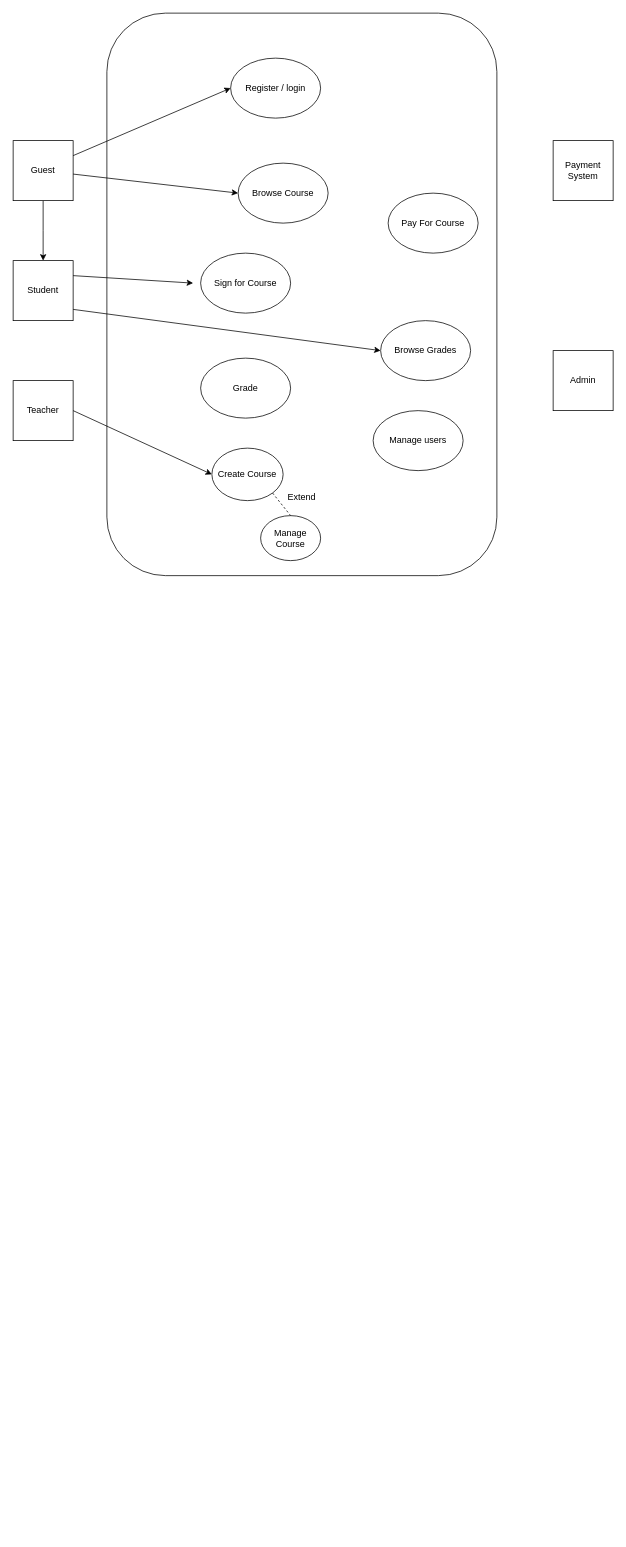
Above: Untitled Diagram.drawio in Manish85-cell/xam (draw.io), before the change. Source tidied: cells renumbered, new cells numbered last; positions are measured from the earlier drawing's top-left corner, leaving out a move shared by most shapes. Both pictures are drawn from the tidied source at 75%, with x=0, y=0 at pixel (13, 13).
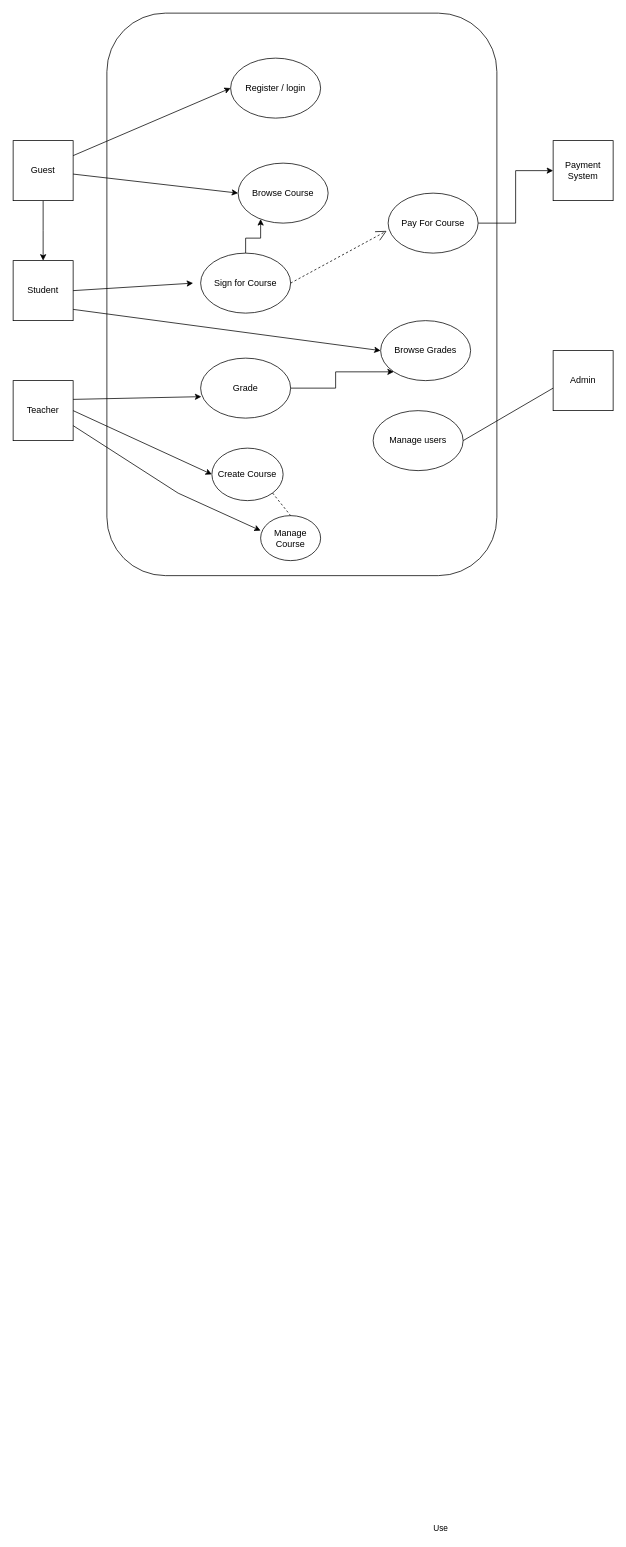
The same diagram, later.

Unchanged cells that the change refers to:
```xml
<mxCell id="4" value="Student" style="whiteSpace=wrap;html=1;" parent="1" vertex="1">
  <mxGeometry y="330" width="80" height="80" as="geometry" />
</mxCell>
<mxCell id="5" value="Teacher" style="whiteSpace=wrap;html=1;" parent="1" vertex="1">
  <mxGeometry y="490" width="80" height="80" as="geometry" />
</mxCell>
<mxCell id="7" value="Payment System" style="whiteSpace=wrap;html=1;" parent="1" vertex="1">
  <mxGeometry x="720" y="170" width="80" height="80" as="geometry" />
</mxCell>
<mxCell id="10" value="Browse Course" style="ellipse;whiteSpace=wrap;html=1;" parent="1" vertex="1">
  <mxGeometry x="300" y="200" width="120" height="80" as="geometry" />
</mxCell>
<mxCell id="11" value="Sign for Course" style="ellipse;whiteSpace=wrap;html=1;" parent="1" vertex="1">
  <mxGeometry x="250" y="320" width="120" height="80" as="geometry" />
</mxCell>
<mxCell id="12" value="Pay For Course" style="ellipse;whiteSpace=wrap;html=1;" parent="1" vertex="1">
  <mxGeometry x="500" y="240" width="120" height="80" as="geometry" />
</mxCell>
<mxCell id="13" value="Grade" style="ellipse;whiteSpace=wrap;html=1;" parent="1" vertex="1">
  <mxGeometry x="250" y="460" width="120" height="80" as="geometry" />
</mxCell>
<mxCell id="15" value="Manage users" style="ellipse;whiteSpace=wrap;html=1;" parent="1" vertex="1">
  <mxGeometry x="480" y="530" width="120" height="80" as="geometry" />
</mxCell>
<mxCell id="16" value="Browse Grades" style="ellipse;whiteSpace=wrap;html=1;" parent="1" vertex="1">
  <mxGeometry x="490" y="410" width="120" height="80" as="geometry" />
</mxCell>
```

Diff of the diagram source:
```diff
@@
+    <mxCell id="25" style="edgeStyle=orthogonalEdgeStyle;rounded=0;jettySize=auto;html=1;exitX=0.5;exitY=0;exitDx=0;exitDy=0;" parent="1" edge="1" source="11" target="10">
+      <mxGeometry relative="1" as="geometry">
+        <Array as="points">
+          <mxPoint x="330" y="300" />
+        </Array>
+      </mxGeometry>
+    </mxCell>
@@
+    <mxCell id="26" style="edgeStyle=orthogonalEdgeStyle;rounded=0;jettySize=auto;html=1;exitX=1;exitY=0.5;exitDx=0;exitDy=0;entryX=0;entryY=0.5;entryDx=0;entryDy=0;" parent="1" edge="1" source="12" target="7">
+      <mxGeometry relative="1" as="geometry" />
+    </mxCell>
@@
+    <mxCell id="27" style="edgeStyle=orthogonalEdgeStyle;rounded=0;jettySize=auto;html=1;exitX=1;exitY=0.5;exitDx=0;exitDy=0;entryX=0;entryY=1;entryDx=0;entryDy=0;" parent="1" edge="1" source="13" target="16">
+      <mxGeometry relative="1" as="geometry" />
+    </mxCell>
@@
-    <mxCell id="19" value="Extend" style="text;html=1;strokeColor=none;fillColor=none;align=center;verticalAlign=middle;whiteSpace=wrap;rounded=0;" parent="1" vertex="1">
-      <mxGeometry x="355" y="630" width="60" height="30" as="geometry" />
-    </mxCell>
@@
-    <mxCell id="22" style="endArrow=classic;html=1;rounded=0;exitX=1;exitY=0.25;exitDx=0;exitDy=0;" parent="1" edge="1" source="4">
+    <mxCell id="22" style="endArrow=classic;html=1;rounded=0;exitX=1;exitY=0.5;exitDx=0;exitDy=0;" parent="1" edge="1" source="4">
       <mxGeometry relative="1" as="geometry">
         <mxPoint x="240" y="360" as="targetPoint" />
       </mxGeometry>
     </mxCell>
@@
+    <mxCell id="28" value="Use" style="endArrow=open;endSize=12;dashed=1;html=1;rounded=0;entryX=-0.016;entryY=0.63;entryDx=0;entryDy=0;entryPerimeter=0;exitX=1;exitY=0.5;exitDx=0;exitDy=0;" parent="1" edge="1" source="11" target="12">
+      <mxGeometry x="-1" y="-1672" relative="1" as="geometry">
+        <mxPoint x="-598" y="191" as="offset" />
+      </mxGeometry>
+    </mxCell>
+    <mxCell id="29" style="endArrow=classic;html=1;rounded=0;entryX=0.008;entryY=0.642;entryDx=0;entryDy=0;entryPerimeter=0;" parent="1" edge="1" target="13">
+      <mxGeometry relative="1" as="geometry">
+        <mxPoint x="80" y="515" as="sourcePoint" />
+      </mxGeometry>
+    </mxCell>
+    <mxCell id="30" style="endArrow=classic;html=1;rounded=0;exitX=1;exitY=0.75;exitDx=0;exitDy=0;" parent="1" edge="1" source="5">
+      <mxGeometry relative="1" as="geometry">
+        <mxPoint x="330" y="690" as="targetPoint" />
+        <Array as="points">
+          <mxPoint x="220" y="640" />
+        </Array>
+      </mxGeometry>
+    </mxCell>
+    <mxCell id="31" style="endArrow=none;html=1;rounded=0;exitX=1;exitY=0.5;exitDx=0;exitDy=0;" parent="1" edge="1" source="15">
+      <mxGeometry relative="1" as="geometry">
+        <mxPoint x="720" y="500" as="targetPoint" />
+      </mxGeometry>
+    </mxCell>
```
